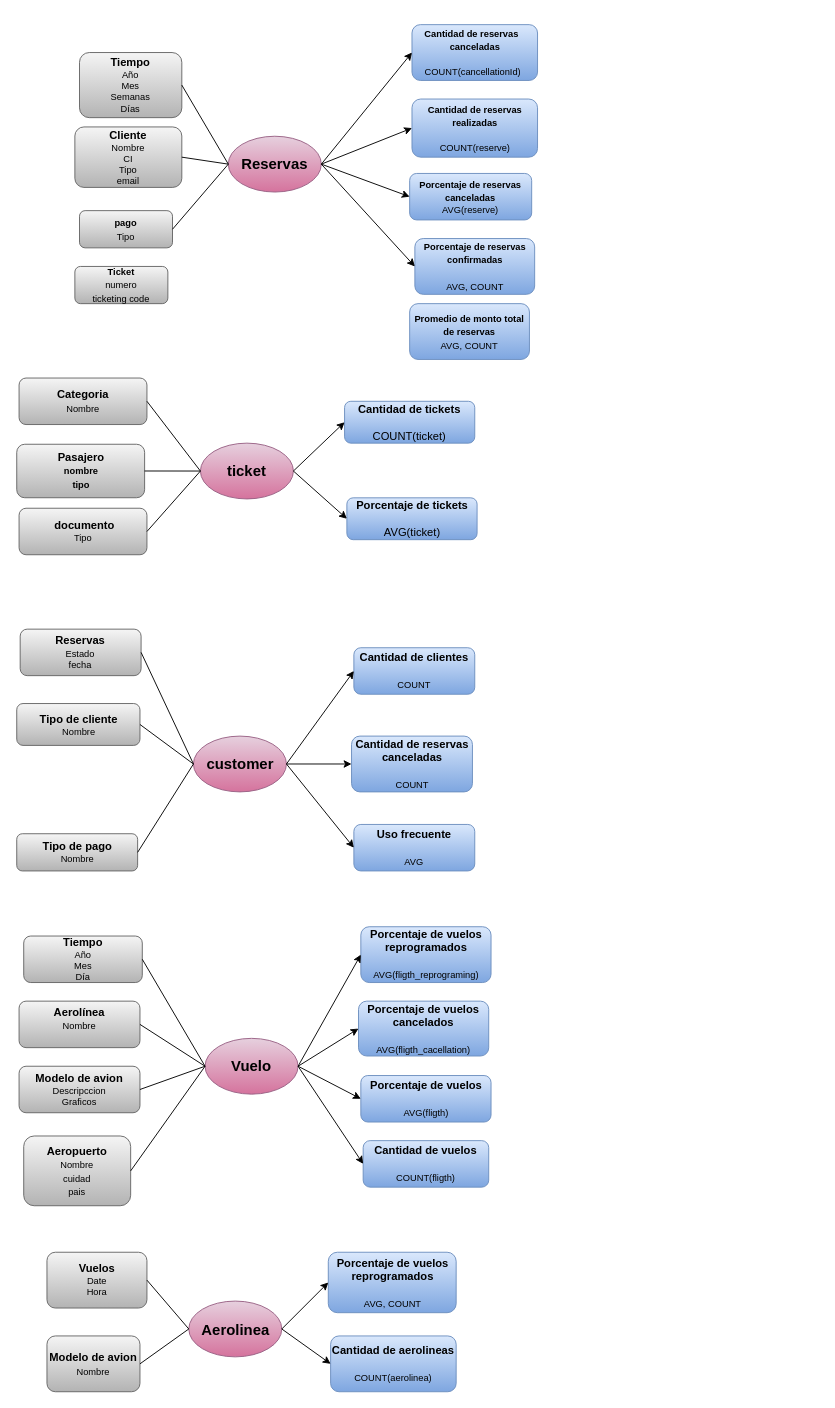
This is DB/Diagrams hechos.drawio from MikelKen/Soporte-INF432, a draw.io file, before an edit. Source tidied: cells renumbered, new cells numbered last; positions are measured from the earlier drawing's top-left corner, leaving out a move shared by most shapes. Both pictures are drawn from the tidied source at 93%, with x=0, y=0 at pixel (17, 24).
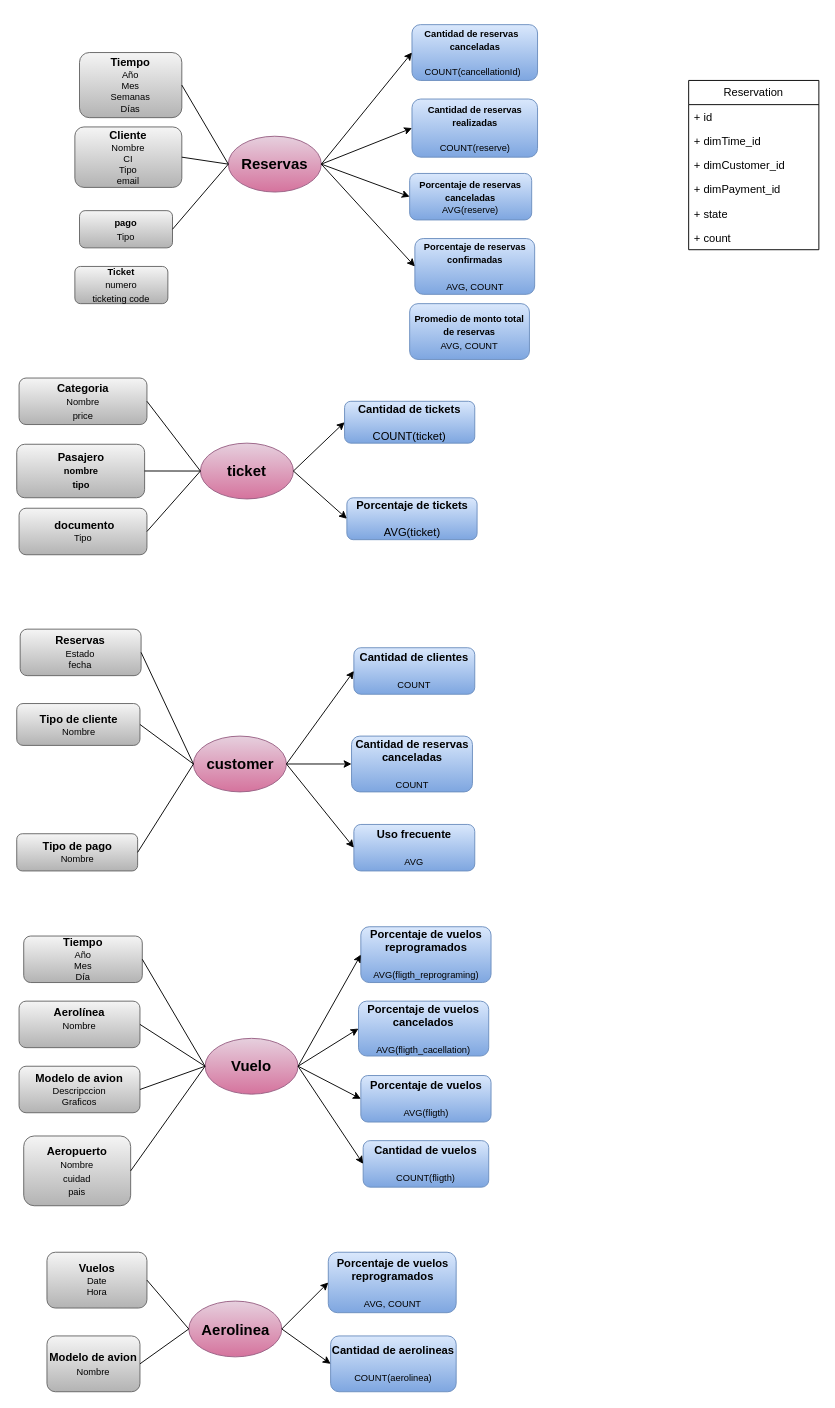
After the change.

Diff of the diagram source:
```diff
@@
-    <mxCell id="27" value="&lt;b&gt;Categoria&lt;/b&gt;&lt;div&gt;&lt;font style=&quot;font-size: 10px;&quot;&gt;Nombre&lt;/font&gt;&lt;/div&gt;" style="rounded=1;whiteSpace=wrap;html=1;fillColor=#f5f5f5;gradientColor=#b3b3b3;strokeColor=#666666;" parent="1" vertex="1">
+    <mxCell id="27" value="&lt;b&gt;Categoria&lt;/b&gt;&lt;div&gt;&lt;font style=&quot;font-size: 10px;&quot;&gt;Nombre&lt;br&gt;price&lt;/font&gt;&lt;/div&gt;" style="rounded=1;whiteSpace=wrap;html=1;fillColor=#f5f5f5;gradientColor=#b3b3b3;strokeColor=#666666;" parent="1" vertex="1">
       <mxGeometry x="2" y="380" width="137.5" height="50" as="geometry" />
     </mxCell>
@@
+    <mxCell id="69" value="Reservation" style="swimlane;fontStyle=0;horizontal=1;startSize=26;fillColor=none;whiteSpace=wrap;html=1;" parent="1" vertex="1">
+      <mxGeometry x="722" y="60" width="140" height="182" as="geometry" />
+    </mxCell>
+    <mxCell id="70" value="+ id" style="text;strokeColor=none;fillColor=none;align=left;verticalAlign=top;spacingLeft=4;spacingRight=4;overflow=hidden;whiteSpace=wrap;html=1;" parent="69" vertex="1">
+      <mxGeometry y="26" width="140" height="26" as="geometry" />
+    </mxCell>
+    <mxCell id="71" value="+ dimTime_id" style="text;strokeColor=none;fillColor=none;align=left;verticalAlign=top;spacingLeft=4;spacingRight=4;overflow=hidden;whiteSpace=wrap;html=1;" parent="69" vertex="1">
+      <mxGeometry y="52" width="140" height="26" as="geometry" />
+    </mxCell>
+    <mxCell id="72" value="+ dimCustomer_id" style="text;strokeColor=none;fillColor=none;align=left;verticalAlign=top;spacingLeft=4;spacingRight=4;overflow=hidden;whiteSpace=wrap;html=1;" parent="69" vertex="1">
+      <mxGeometry y="78" width="140" height="26" as="geometry" />
+    </mxCell>
+    <mxCell id="73" value="+ dimPayment_id" style="text;strokeColor=none;fillColor=none;align=left;verticalAlign=top;spacingLeft=4;spacingRight=4;overflow=hidden;whiteSpace=wrap;html=1;" parent="69" vertex="1">
+      <mxGeometry y="104" width="140" height="26" as="geometry" />
+    </mxCell>
+    <mxCell id="74" value="+ state" style="text;strokeColor=none;fillColor=none;align=left;verticalAlign=top;spacingLeft=4;spacingRight=4;overflow=hidden;whiteSpace=wrap;html=1;" parent="69" vertex="1">
+      <mxGeometry y="130" width="140" height="26" as="geometry" />
+    </mxCell>
+    <mxCell id="75" value="+ count" style="text;strokeColor=none;fillColor=none;align=left;verticalAlign=top;spacingLeft=4;spacingRight=4;overflow=hidden;whiteSpace=wrap;html=1;" parent="69" vertex="1">
+      <mxGeometry y="156" width="140" height="26" as="geometry" />
+    </mxCell>
```
